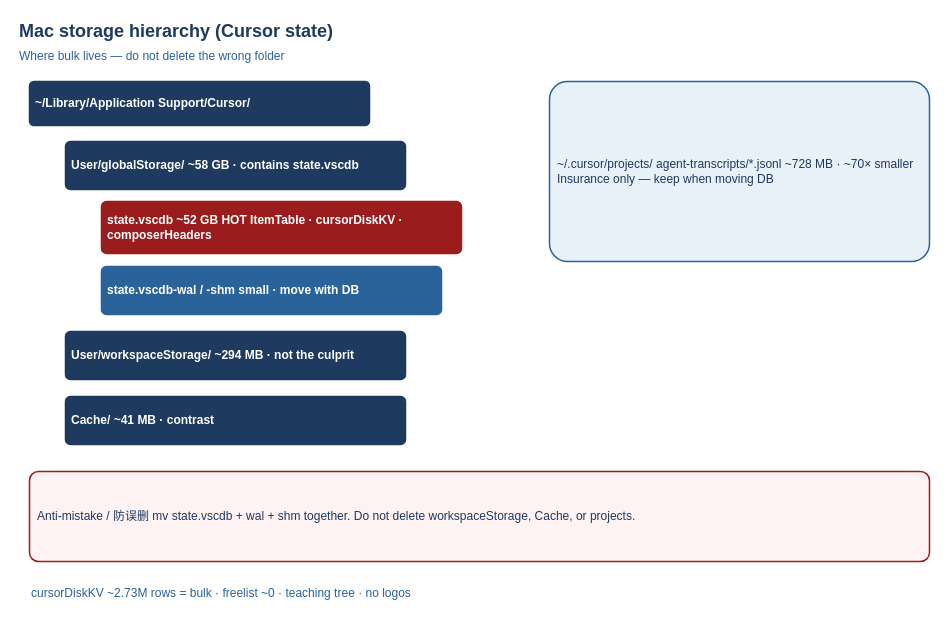
Before: figures/schematic/storage-layout/template.drawio in Xuzhen-Li/cursor-state-vscdb, a draw.io diagram. Source tidied: cells renumbered, new cells numbered last; positions are measured from the earlier drawing's top-left corner, leaving out a move shared by most shapes. Both pictures are drawn from the tidied source at 100%, with x=0, y=0 at pixel (17, 17).
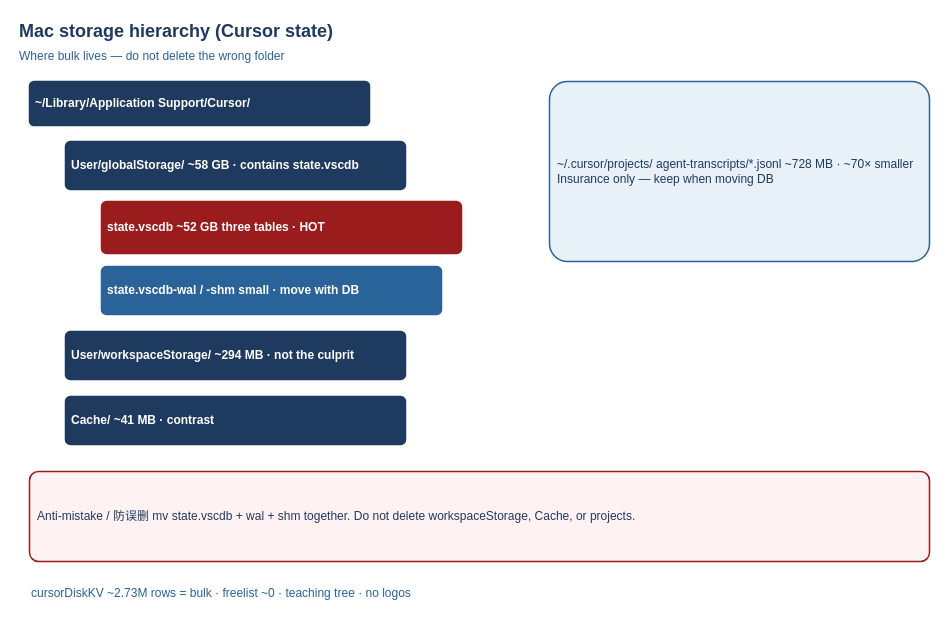
The same diagram, later.

Diff of the diagram source:
```diff
@@
 <mxGraphModel>
   <root>
     <mxCell id="0" />
     <mxCell id="1" parent="0" />
     <mxCell id="2" value="Mac storage hierarchy (Cursor state)" style="text;html=1;strokeColor=none;fillColor=none;align=left;verticalAlign=middle;fontFamily=Arial;fontSize=18;fontStyle=1;fontColor=#1e3a5f;" parent="1" vertex="1">
       <mxGeometry width="900" height="28" as="geometry" />
     </mxCell>
     <mxCell id="3" value="Where bulk lives — do not delete the wrong folder" style="text;html=1;strokeColor=none;fillColor=none;align=left;verticalAlign=middle;fontFamily=Arial;fontSize=12;fontColor=#2A629A;" parent="1" vertex="1">
       <mxGeometry y="28" width="900" height="22" as="geometry" />
     </mxCell>
     <mxCell id="4" value="~/Library/Application Support/Cursor/" style="rounded=1;whiteSpace=wrap;html=1;arcSize=10;strokeColor=#1e3a5f;strokeWidth=1.5;fillColor=#1e3a5f;fontFamily=Arial;fontSize=12;fontColor=#FFFFFF;fontStyle=1;align=left;spacing=6;" parent="1" vertex="1">
       <mxGeometry x="12" y="64" width="340" height="44" as="geometry" />
     </mxCell>
     <mxCell id="5" value="User/globalStorage/&amp;#xa;~58 GB · contains state.vscdb" style="rounded=1;whiteSpace=wrap;html=1;arcSize=10;strokeColor=#1e3a5f;strokeWidth=1.5;fillColor=#1e3a5f;fontFamily=Arial;fontSize=12;fontColor=#FFFFFF;fontStyle=1;align=left;spacing=6;" parent="1" vertex="1">
       <mxGeometry x="48" y="124" width="340" height="48" as="geometry" />
     </mxCell>
-    <mxCell id="6" value="state.vscdb  ~52 GB  HOT&amp;#xa;ItemTable · cursorDiskKV · composerHeaders" style="rounded=1;whiteSpace=wrap;html=1;arcSize=10;strokeColor=#9B1C1C;strokeWidth=1.5;fillColor=#9B1C1C;fontFamily=Arial;fontSize=12;fontColor=#FFFFFF;fontStyle=1;align=left;spacing=6;" parent="1" vertex="1">
+    <mxCell id="6" value="state.vscdb  ~52 GB&amp;#xa;three tables · HOT" style="rounded=1;whiteSpace=wrap;html=1;arcSize=10;strokeColor=#9B1C1C;strokeWidth=1.5;fillColor=#9B1C1C;fontFamily=Arial;fontSize=12;fontColor=#FFFFFF;fontStyle=1;align=left;spacing=6;" parent="1" vertex="1">
       <mxGeometry x="84" y="184" width="360" height="52" as="geometry" />
     </mxCell>
     <mxCell id="7" value="state.vscdb-wal / -shm&amp;#xa;small · move with DB" style="rounded=1;whiteSpace=wrap;html=1;arcSize=10;strokeColor=#2A629A;strokeWidth=1.5;fillColor=#2A629A;fontFamily=Arial;fontSize=12;fontColor=#FFFFFF;fontStyle=1;align=left;spacing=6;" parent="1" vertex="1">
       <mxGeometry x="84" y="249" width="340" height="48" as="geometry" />
     </mxCell>
     <mxCell id="8" value="User/workspaceStorage/&amp;#xa;~294 MB · not the culprit" style="rounded=1;whiteSpace=wrap;html=1;arcSize=10;strokeColor=#1e3a5f;strokeWidth=1.5;fillColor=#1e3a5f;fontFamily=Arial;fontSize=12;fontColor=#FFFFFF;fontStyle=1;align=left;spacing=6;" parent="1" vertex="1">
       <mxGeometry x="48" y="314" width="340" height="48" as="geometry" />
     </mxCell>
     <mxCell id="9" value="Cache/&amp;#xa;~41 MB · contrast" style="rounded=1;whiteSpace=wrap;html=1;arcSize=10;strokeColor=#1e3a5f;strokeWidth=1.5;fillColor=#1e3a5f;fontFamily=Arial;fontSize=12;fontColor=#FFFFFF;fontStyle=1;align=left;spacing=6;" parent="1" vertex="1">
       <mxGeometry x="48" y="379" width="340" height="48" as="geometry" />
     </mxCell>
     <mxCell id="10" value="~/.cursor/projects/&amp;#xa;agent-transcripts/*.jsonl&amp;#xa;~728 MB · ~70× smaller&amp;#xa;Insurance only — keep when moving DB" style="rounded=1;whiteSpace=wrap;html=1;arcSize=10;strokeColor=#2A629A;strokeWidth=1.5;fillColor=#E8F0F8;fontFamily=Arial;fontSize=12;fontColor=#1e3a5f;align=left;spacing=8;" parent="1" vertex="1">
       <mxGeometry x="532" y="64" width="380" height="180" as="geometry" />
     </mxCell>
     <mxCell id="11" value="Anti-mistake / 防误删&amp;#xa;mv state.vscdb + wal + shm together.&amp;#xa;Do not delete workspaceStorage, Cache, or projects." style="rounded=1;whiteSpace=wrap;html=1;arcSize=10;strokeColor=#9B1C1C;strokeWidth=1.5;fillColor=#FEF2F2;fontFamily=Arial;fontSize=12;fontColor=#1e3a5f;align=left;spacing=8;" parent="1" vertex="1">
       <mxGeometry x="12" y="454" width="900" height="90" as="geometry" />
     </mxCell>
     <mxCell id="12" value="cursorDiskKV ~2.73M rows = bulk · freelist ~0 · teaching tree · no logos" style="text;html=1;strokeColor=none;fillColor=none;align=left;verticalAlign=middle;fontFamily=Arial;fontSize=12;fontColor=#2A629A;" parent="1" vertex="1">
       <mxGeometry x="12" y="564" width="900" height="24" as="geometry" />
     </mxCell>
   </root>
 </mxGraphModel>
```
